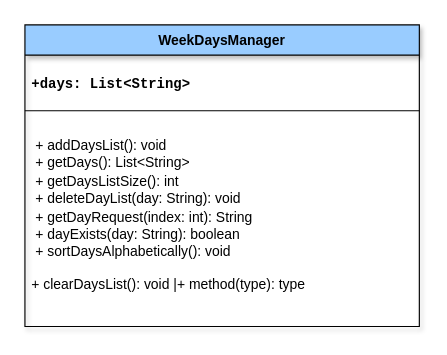
The draw.io diagram lista_dias_semana.drawio in YefGav/lista_dias_semana, before the edit. Source tidied: cells renumbered, new cells numbered last; positions are measured from the earlier drawing's top-left corner, leaving out a move shared by most shapes. Both pictures are drawn from the tidied source at 116%, with x=0, y=0 at pixel (24, 24).
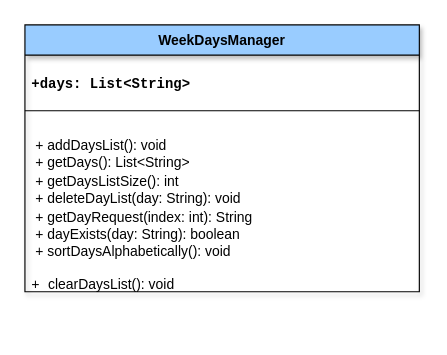
After the change.

What changed in the source:
```diff
@@
 <mxGraphModel>
   <root>
     <mxCell id="0" />
     <mxCell id="1" parent="0" />
     <mxCell id="2" value="&lt;span style=&quot;background-color: transparent; color: light-dark(rgb(0, 0, 0), rgb(255, 255, 255));&quot;&gt;WeekDaysManager&lt;/span&gt;" style="swimlane;fontStyle=1;align=center;verticalAlign=top;horizontal=1;startSize=26;whiteSpace=wrap;html=1;shadow=1;fillColor=light-dark(#99CCFF,var(--ge-dark-color, #121212));" parent="1" vertex="1">
-      <mxGeometry width="340" height="260" as="geometry" />
+      <mxGeometry width="340" height="230" as="geometry" />
     </mxCell>
     <mxCell id="3" value="&lt;pre&gt;&lt;b&gt;+days: List&amp;lt;String&amp;gt;&lt;br&gt;&lt;/b&gt;&lt;br&gt;&lt;/pre&gt;" style="text;strokeColor=none;fillColor=none;align=left;verticalAlign=top;spacingLeft=4;spacingRight=4;overflow=hidden;whiteSpace=wrap;html=1;" parent="2" vertex="1">
       <mxGeometry y="26" width="340" height="44" as="geometry" />
     </mxCell>
     <mxCell id="4" style="line;strokeWidth=1;fillColor=none;align=left;verticalAlign=middle;spacingTop=-1;spacingLeft=3;spacingRight=3;labelPosition=right;strokeColor=inherit;" parent="2" vertex="1">
       <mxGeometry y="70" width="340" height="8" as="geometry" />
     </mxCell>
-    <mxCell id="5" value="&lt;pre&gt;&lt;font face=&quot;Helvetica&quot;&gt; + addDaysList(): void              &lt;br&gt; + getDays(): List&amp;lt;String&amp;gt;          &lt;br&gt; + getDaysListSize(): int           &lt;br&gt; + deleteDayList(day: String): void &lt;br&gt; + getDayRequest(index: int): String&lt;br&gt; + dayExists(day: String): boolean  &lt;br&gt; + sortDaysAlphabetically(): void &lt;/font&gt;&lt;/pre&gt;&lt;pre&gt;&lt;font face=&quot;Helvetica&quot;&gt;+ &lt;span style=&quot;background-color: transparent; color: light-dark(rgb(0, 0, 0), rgb(255, 255, 255)); white-space: normal;&quot;&gt;clearDaysList(): &lt;/span&gt;&lt;span style=&quot;background-color: transparent; color: light-dark(rgb(0, 0, 0), rgb(255, 255, 255)); white-space: normal;&quot;&gt;void             &lt;/span&gt;&lt;span style=&quot;background-color: transparent; color: light-dark(rgb(0, 0, 0), rgb(255, 255, 255)); white-space: normal;&quot;&gt;|&lt;/span&gt;&lt;span style=&quot;background-color: transparent; color: light-dark(rgb(0, 0, 0), rgb(255, 255, 255)); white-space: normal;&quot;&gt;+ method(type): type&lt;/span&gt;&lt;/font&gt;&lt;/pre&gt;" style="text;strokeColor=none;fillColor=none;align=left;verticalAlign=top;spacingLeft=4;spacingRight=4;overflow=hidden;whiteSpace=wrap;html=1;" parent="2" vertex="1">
-      <mxGeometry y="78" width="340" height="182" as="geometry" />
+    <mxCell id="5" value="&lt;pre&gt;&lt;font face=&quot;Helvetica&quot;&gt; + addDaysList(): void              &lt;br&gt; + getDays(): List&amp;lt;String&amp;gt;          &lt;br&gt; + getDaysListSize(): int           &lt;br&gt; + deleteDayList(day: String): void &lt;br&gt; + getDayRequest(index: int): String&lt;br&gt; + dayExists(day: String): boolean  &lt;br&gt; + sortDaysAlphabetically(): void&lt;/font&gt;&lt;/pre&gt;&lt;pre&gt;+ &lt;span style=&quot;font-family: Helvetica; background-color: transparent; color: light-dark(rgb(0, 0, 0), rgb(255, 255, 255)); white-space: normal;&quot;&gt;clearDaysList(): &lt;/span&gt;&lt;span style=&quot;font-family: Helvetica; background-color: transparent; color: light-dark(rgb(0, 0, 0), rgb(255, 255, 255)); white-space: normal;&quot;&gt;void&amp;nbsp;&lt;/span&gt;&lt;/pre&gt;" style="text;strokeColor=none;fillColor=none;align=left;verticalAlign=top;spacingLeft=4;spacingRight=4;overflow=hidden;whiteSpace=wrap;html=1;" parent="2" vertex="1">
+      <mxGeometry y="78" width="340" height="152" as="geometry" />
     </mxCell>
   </root>
 </mxGraphModel>
```
